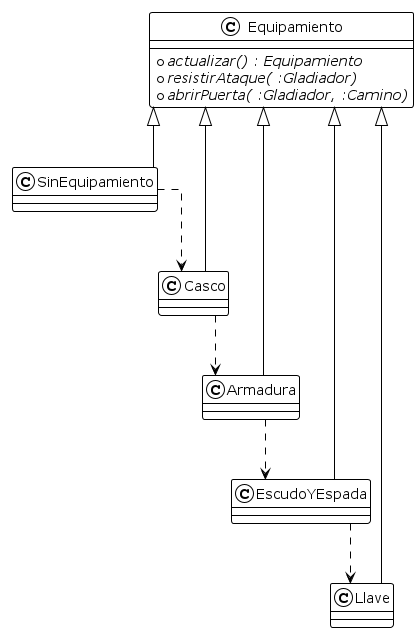
Above: diagrams/classes/clase_equipamiento.png in lautiland/TP2-ALGO3-ALGOROMA (PlantUML), before the change.
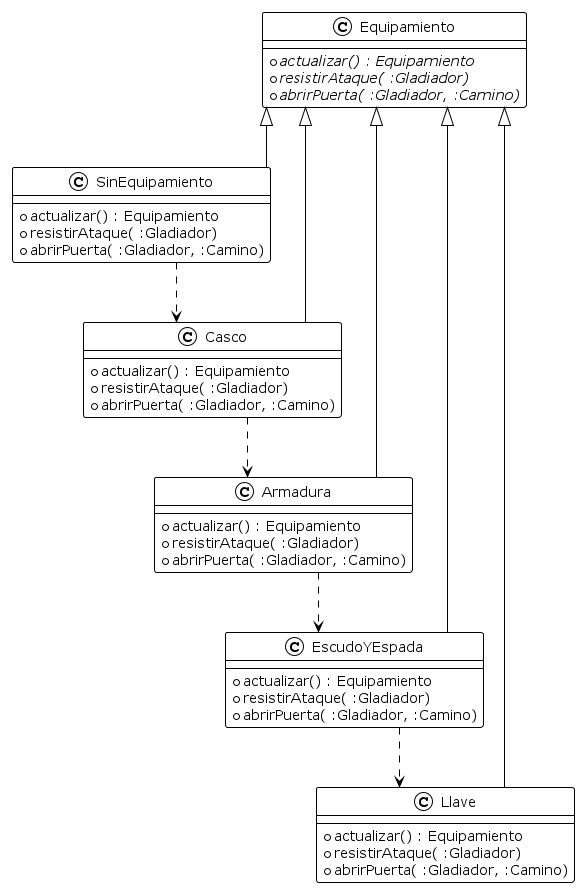
After the change.

Commit message:
correción de diagramas de clase

What changed in the source:
```diff
@@ -21,18 +21,33 @@
 }
 
 class SinEquipamiento{
+    + actualizar() : Equipamiento
+    + resistirAtaque( :Gladiador)
+    + abrirPuerta( :Gladiador, :Camino)
 }
 
 class Casco{
+    + actualizar() : Equipamiento
+    + resistirAtaque( :Gladiador)
+    + abrirPuerta( :Gladiador, :Camino)
 }
 
 class Armadura{
+    + actualizar() : Equipamiento
+    + resistirAtaque( :Gladiador)
+    + abrirPuerta( :Gladiador, :Camino)
 }
 
-class EscudoYEspada {
+class EscudoYEspada{
+    + actualizar() : Equipamiento
+    + resistirAtaque( :Gladiador)
+    + abrirPuerta( :Gladiador, :Camino)
 }
 
 class Llave {
+    + actualizar() : Equipamiento
+    + resistirAtaque( :Gladiador)
+    + abrirPuerta( :Gladiador, :Camino)
 }
 
 
```
